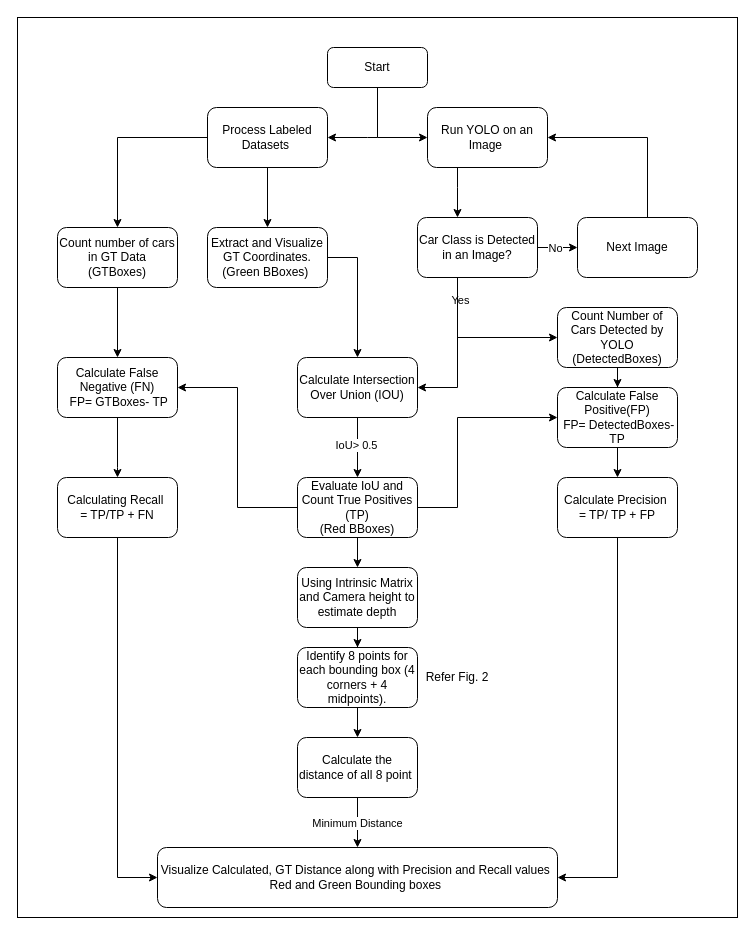
Earlier version of the draw.io diagram Untitled Diagram.drawio (KaranSankla/ObjectDetection_YOLO). Source tidied: cells renumbered, new cells numbered last; positions are measured from the earlier drawing's top-left corner, leaving out a move shared by most shapes. Both pictures are drawn from the tidied source at 100%, with x=0, y=0 at pixel (17, 17).
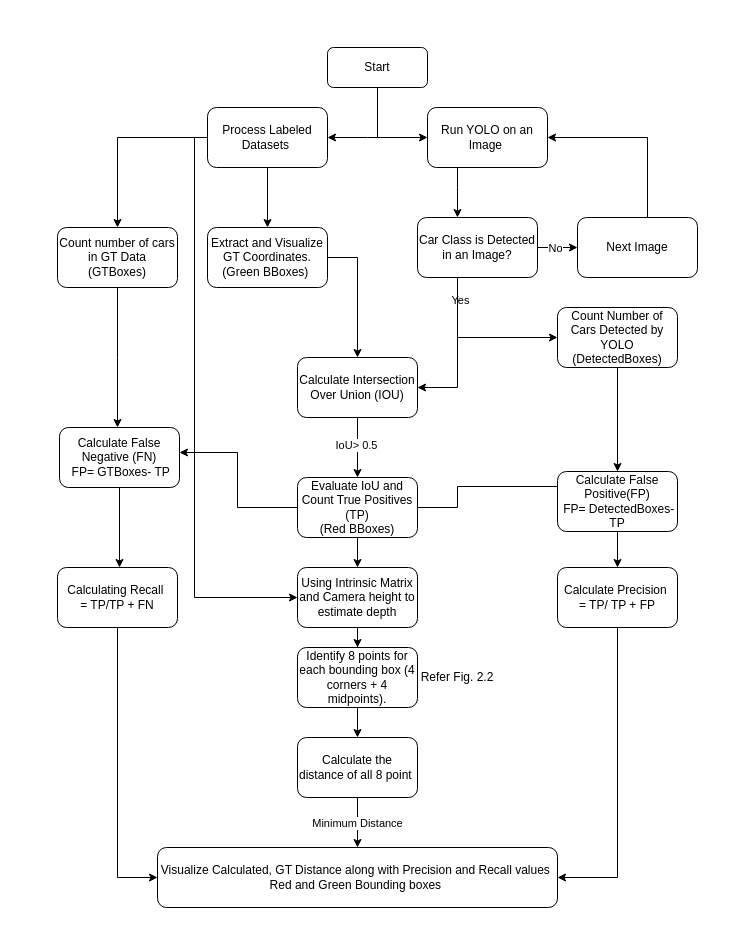
The same page after the edit.

Unchanged cells that the change refers to:
```xml
<mxCell id="6" value="Process Labeled Datasets&amp;nbsp;" style="rounded=1;whiteSpace=wrap;html=1;" parent="1" vertex="1">
  <mxGeometry x="190" y="90" width="120" height="60" as="geometry" />
</mxCell>
<mxCell id="30" value="Evaluate IoU and Count True Positives (TP)&lt;br&gt;(Red BBoxes)" style="rounded=1;whiteSpace=wrap;html=1;" parent="1" vertex="1">
  <mxGeometry x="280" y="460" width="120" height="60" as="geometry" />
</mxCell>
<mxCell id="40" value="Using Intrinsic Matrix and Camera height to estimate depth" style="rounded=1;whiteSpace=wrap;html=1;" parent="1" vertex="1">
  <mxGeometry x="280" y="550" width="120" height="60" as="geometry" />
</mxCell>
```

Diff of the diagram source:
```diff
@@
+    <mxCell id="49" style="edgeStyle=orthogonalEdgeStyle;rounded=0;jettySize=auto;html=1;entryX=0;entryY=0.5;entryDx=0;entryDy=0;" parent="1" edge="1" source="6" target="40">
+      <mxGeometry relative="1" as="geometry">
+        <Array as="points">
+          <mxPoint x="177" y="120" />
+          <mxPoint x="177" y="580" />
+        </Array>
+      </mxGeometry>
+    </mxCell>
@@
     <mxCell id="27" style="edgeStyle=orthogonalEdgeStyle;rounded=0;jettySize=auto;html=1;entryX=0;entryY=0.5;entryDx=0;entryDy=0;" parent="1" edge="1" source="30" target="32">
       <mxGeometry relative="1" as="geometry">
         <Array as="points">
           <mxPoint x="440" y="490" />
-          <mxPoint x="440" y="400" />
+          <mxPoint x="440" y="469" />
+          <mxPoint x="547" y="469" />
         </Array>
       </mxGeometry>
     </mxCell>
     <mxCell id="28" style="edgeStyle=orthogonalEdgeStyle;rounded=0;jettySize=auto;html=1;" parent="1" edge="1" source="30" target="34">
       <mxGeometry relative="1" as="geometry">
         <Array as="points">
           <mxPoint x="220" y="490" />
-          <mxPoint x="220" y="370" />
+          <mxPoint x="220" y="435" />
         </Array>
       </mxGeometry>
     </mxCell>
@@
     <mxCell id="32" value="Calculate False Positive(FP)&lt;div&gt;&amp;nbsp;FP= DetectedBoxes-TP&lt;/div&gt;" style="rounded=1;whiteSpace=wrap;html=1;" parent="1" vertex="1">
-      <mxGeometry x="540" y="370" width="120" height="60" as="geometry" />
+      <mxGeometry x="540" y="454" width="120" height="60" as="geometry" />
     </mxCell>
@@
     <mxCell id="34" value="Calculate False Negative (FN)&lt;div&gt;&amp;nbsp;FP= GTBoxes- TP&lt;/div&gt;" style="rounded=1;whiteSpace=wrap;html=1;" parent="1" vertex="1">
-      <mxGeometry x="40" y="340" width="120" height="60" as="geometry" />
+      <mxGeometry x="42" y="410" width="120" height="60" as="geometry" />
     </mxCell>
@@
     <mxCell id="36" value="Calculating Recall&amp;nbsp;&lt;br&gt;= TP/TP + FN" style="rounded=1;whiteSpace=wrap;html=1;" parent="1" vertex="1">
-      <mxGeometry x="40" y="460" width="120" height="60" as="geometry" />
+      <mxGeometry x="40" y="550" width="120" height="60" as="geometry" />
     </mxCell>
@@
     <mxCell id="38" value="Calculate Precision&amp;nbsp;&lt;div&gt;= TP/ TP + FP&lt;/div&gt;" style="rounded=1;whiteSpace=wrap;html=1;" parent="1" vertex="1">
-      <mxGeometry x="540" y="460" width="120" height="60" as="geometry" />
+      <mxGeometry x="540" y="550" width="120" height="60" as="geometry" />
     </mxCell>
@@
-    <mxCell id="47" value="Refer Fig. 2" style="text;html=1;align=center;verticalAlign=middle;whiteSpace=wrap;rounded=0;" parent="1" vertex="1">
+    <mxCell id="47" value="Refer Fig. 2.2" style="text;html=1;align=center;verticalAlign=middle;whiteSpace=wrap;rounded=0;" parent="1" vertex="1">
       <mxGeometry x="400" y="645" width="80" height="30" as="geometry" />
     </mxCell>
-    <mxCell id="48" style="rounded=0;whiteSpace=wrap;html=1;fillColor=none;" parent="1" vertex="1">
-      <mxGeometry width="720" height="900" as="geometry" />
-    </mxCell>
```
